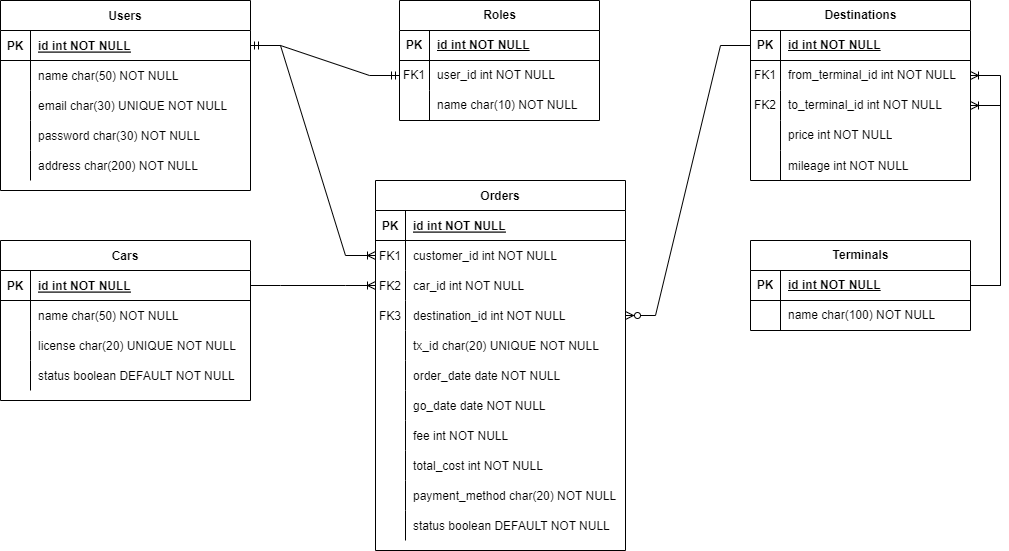
The draw.io diagram travel-api/db_travel.drawio.png in rhyman18/alkademi-tugas4, before a commit. Source tidied: cells renumbered, new cells last; positions are measured from the earlier drawing's top-left corner, leaving out a move shared by most shapes.
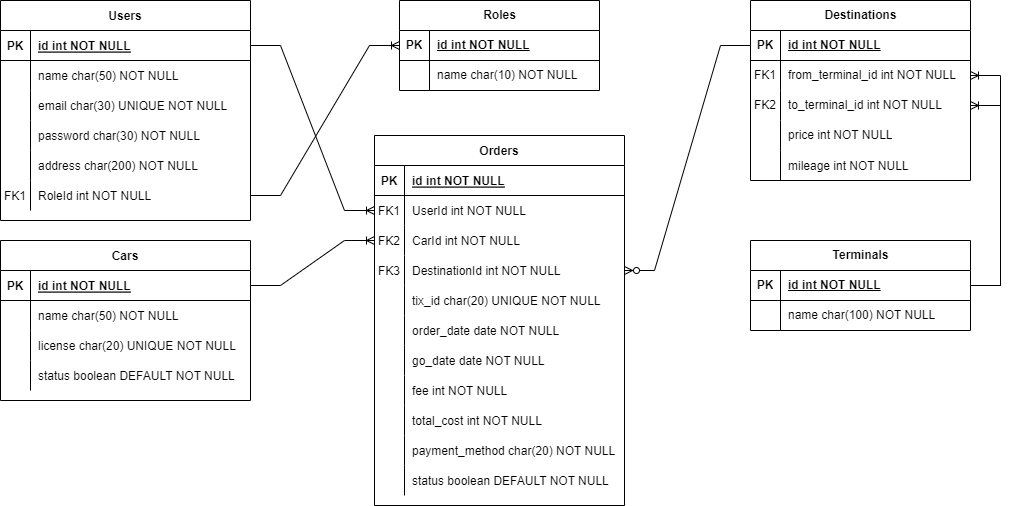
The same file after the commit.

What changed in the source:
```diff
@@ -3,7 +3,7 @@
     <mxCell id="0" />
     <mxCell id="1" parent="0" />
     <mxCell id="2" value="Orders" style="shape=table;startSize=30;rowLines=0;fontStyle=1;align=center;" parent="1" vertex="1">
-      <mxGeometry x="375" y="180" width="250" height="370" as="geometry" />
+      <mxGeometry x="374" y="135" width="250" height="370" as="geometry" />
     </mxCell>
     <mxCell id="3" style="shape=partialRectangle;fillColor=none;top=0;left=0;right=0;bottom=1;" parent="2" vertex="1">
       <mxGeometry y="30" width="250" height="30" as="geometry" />
@@ -20,7 +20,7 @@
     <mxCell id="7" value="FK1" style="shape=partialRectangle;overflow=hidden;fillColor=none;top=0;left=0;bottom=0;right=0;" parent="6" vertex="1">
       <mxGeometry width="30" height="30" as="geometry" />
     </mxCell>
-    <mxCell id="8" value="customer_id int NOT NULL" style="shape=partialRectangle;overflow=hidden;fillColor=none;top=0;left=0;bottom=0;right=0;align=left;spacingLeft=6;" parent="6" vertex="1">
+    <mxCell id="8" value="UserId int NOT NULL" style="shape=partialRectangle;overflow=hidden;fillColor=none;top=0;left=0;bottom=0;right=0;align=left;spacingLeft=6;" parent="6" vertex="1">
       <mxGeometry x="30" width="220" height="30" as="geometry" />
     </mxCell>
     <mxCell id="9" style="shape=tableRow;horizontal=0;startSize=0;swimlaneHead=0;swimlaneBody=0;fillColor=none;points=[[0,0.5],[1,0.5]];portConstraint=eastwest;top=0;left=0;right=0;bottom=0;" parent="2" vertex="1">
@@ -29,7 +29,7 @@
     <mxCell id="10" value="FK2" style="shape=partialRectangle;fillColor=none;top=0;left=0;bottom=0;right=0;overflow=hidden;" parent="9" vertex="1">
       <mxGeometry width="30" height="30" as="geometry" />
     </mxCell>
-    <mxCell id="11" value="car_id int NOT NULL" style="shape=partialRectangle;fillColor=none;top=0;left=0;bottom=0;right=0;align=left;spacingLeft=6;overflow=hidden;" parent="9" vertex="1">
+    <mxCell id="11" value="CarId int NOT NULL" style="shape=partialRectangle;fillColor=none;top=0;left=0;bottom=0;right=0;align=left;spacingLeft=6;overflow=hidden;" parent="9" vertex="1">
       <mxGeometry x="30" width="220" height="30" as="geometry" />
     </mxCell>
     <mxCell id="12" style="shape=tableRow;horizontal=0;startSize=0;swimlaneHead=0;swimlaneBody=0;fillColor=none;points=[[0,0.5],[1,0.5]];portConstraint=eastwest;top=0;left=0;right=0;bottom=0;" parent="2" vertex="1">
@@ -38,7 +38,7 @@
     <mxCell id="13" value="FK3" style="shape=partialRectangle;fillColor=none;top=0;left=0;bottom=0;right=0;overflow=hidden;" parent="12" vertex="1">
       <mxGeometry width="30" height="30" as="geometry" />
     </mxCell>
-    <mxCell id="14" value="destination_id int NOT NULL" style="shape=partialRectangle;fillColor=none;top=0;left=0;bottom=0;right=0;align=left;spacingLeft=6;overflow=hidden;" parent="12" vertex="1">
+    <mxCell id="14" value="DestinationId int NOT NULL" style="shape=partialRectangle;fillColor=none;top=0;left=0;bottom=0;right=0;align=left;spacingLeft=6;overflow=hidden;" parent="12" vertex="1">
       <mxGeometry x="30" width="220" height="30" as="geometry" />
     </mxCell>
     <mxCell id="15" style="shape=tableRow;horizontal=0;startSize=0;swimlaneHead=0;swimlaneBody=0;fillColor=none;top=0;left=0;right=0;bottom=0;" parent="2" vertex="1">
@@ -47,7 +47,7 @@
     <mxCell id="16" style="shape=partialRectangle;fillColor=none;top=0;left=0;bottom=0;right=0;overflow=hidden;" parent="15" vertex="1">
       <mxGeometry width="30" height="30" as="geometry" />
     </mxCell>
-    <mxCell id="17" value="tx_id char(20) UNIQUE NOT NULL" style="shape=partialRectangle;fillColor=none;top=0;left=0;bottom=0;right=0;align=left;spacingLeft=6;overflow=hidden;" parent="15" vertex="1">
+    <mxCell id="17" value="tix_id char(20) UNIQUE NOT NULL" style="shape=partialRectangle;fillColor=none;top=0;left=0;bottom=0;right=0;align=left;spacingLeft=6;overflow=hidden;" parent="15" vertex="1">
       <mxGeometry x="30" width="220" height="30" as="geometry" />
     </mxCell>
     <mxCell id="18" style="shape=partialRectangle;fillColor=none;top=0;left=0;right=0;bottom=0;" parent="2" vertex="1">
@@ -144,7 +144,7 @@
       <mxGeometry x="30" width="220" height="30" as="geometry" />
     </mxCell>
     <mxCell id="49" value="Users" style="shape=table;startSize=30;rowLines=0;fontStyle=1;align=center;" parent="1" vertex="1">
-      <mxGeometry width="250" height="190" as="geometry" />
+      <mxGeometry width="250" height="220" as="geometry" />
     </mxCell>
     <mxCell id="50" style="shape=partialRectangle;fillColor=none;points=[[0,0.5],[1,0.5]];portConstraint=eastwest;top=0;left=0;right=0;bottom=1;" parent="49" vertex="1">
       <mxGeometry y="30" width="250" height="30" as="geometry" />
@@ -191,6 +191,15 @@
     <mxCell id="64" value="address char(200) NOT NULL" style="shape=partialRectangle;fillColor=none;top=0;left=0;bottom=0;right=0;align=left;spacingLeft=6;overflow=hidden;" parent="62" vertex="1">
       <mxGeometry x="30" width="220" height="30" as="geometry" />
     </mxCell>
+    <mxCell id="104" style="shape=tableRow;horizontal=0;startSize=0;swimlaneHead=0;swimlaneBody=0;fillColor=none;points=[[0,0.5],[1,0.5]];portConstraint=eastwest;top=0;left=0;right=0;bottom=0;" parent="49" vertex="1">
+      <mxGeometry y="180" width="250" height="30" as="geometry" />
+    </mxCell>
+    <mxCell id="98" value="FK1" style="shape=partialRectangle;fillColor=none;top=0;left=0;bottom=0;right=0;overflow=hidden;" parent="104" vertex="1">
+      <mxGeometry width="30" height="30" as="geometry" />
+    </mxCell>
+    <mxCell id="105" value="RoleId int NOT NULL" style="shape=partialRectangle;fillColor=none;top=0;left=0;bottom=0;right=0;align=left;spacingLeft=6;overflow=hidden;" parent="104" vertex="1">
+      <mxGeometry x="30" width="220" height="30" as="geometry" />
+    </mxCell>
     <mxCell id="65" style="edgeStyle=entityRelationEdgeStyle;fontSize=12;html=1;endArrow=ERoneToMany;rounded=0;" parent="1" edge="1" source="50" target="6">
       <mxGeometry relative="1" as="geometry" />
     </mxCell>
@@ -276,7 +285,7 @@
       <mxGeometry relative="1" as="geometry" />
     </mxCell>
     <mxCell id="93" value="Roles" style="shape=table;startSize=30;rowLines=0;fontStyle=1;align=center;html=1;" parent="1" vertex="1">
-      <mxGeometry x="399" width="200" height="120" as="geometry" />
+      <mxGeometry x="399" width="200" height="90" as="geometry" />
     </mxCell>
     <mxCell id="94" style="shape=tableRow;horizontal=0;startSize=0;swimlaneHead=0;swimlaneBody=0;fillColor=none;points=[[0,0.5],[1,0.5]];portConstraint=eastwest;top=0;left=0;right=0;bottom=1;" parent="93" vertex="1">
       <mxGeometry y="30" width="200" height="30" as="geometry" />
@@ -287,17 +296,8 @@
     <mxCell id="96" value="id int NOT NULL" style="shape=partialRectangle;fillColor=none;top=0;left=0;bottom=0;right=0;align=left;spacingLeft=6;fontStyle=5;overflow=hidden;whiteSpace=wrap;html=1;" parent="94" vertex="1">
       <mxGeometry x="30" width="170" height="30" as="geometry" />
     </mxCell>
-    <mxCell id="97" style="shape=tableRow;horizontal=0;startSize=0;swimlaneHead=0;swimlaneBody=0;fillColor=none;points=[[0,0.5],[1,0.5]];portConstraint=eastwest;top=0;left=0;right=0;bottom=0;" parent="93" vertex="1">
-      <mxGeometry y="60" width="200" height="30" as="geometry" />
-    </mxCell>
-    <mxCell id="98" value="FK1" style="shape=partialRectangle;fillColor=none;top=0;left=0;bottom=0;right=0;overflow=hidden;whiteSpace=wrap;html=1;" parent="97" vertex="1">
-      <mxGeometry width="30" height="30" as="geometry" />
-    </mxCell>
-    <mxCell id="99" value="user_id int NOT NULL" style="shape=partialRectangle;fillColor=none;top=0;left=0;bottom=0;right=0;align=left;spacingLeft=6;overflow=hidden;whiteSpace=wrap;html=1;" parent="97" vertex="1">
-      <mxGeometry x="30" width="170" height="30" as="geometry" />
-    </mxCell>
     <mxCell id="100" style="shape=tableRow;horizontal=0;startSize=0;swimlaneHead=0;swimlaneBody=0;fillColor=none;top=0;left=0;right=0;bottom=0;" parent="93" vertex="1">
-      <mxGeometry y="90" width="200" height="30" as="geometry" />
+      <mxGeometry y="60" width="200" height="30" as="geometry" />
     </mxCell>
     <mxCell id="101" style="shape=partialRectangle;fillColor=none;top=0;left=0;bottom=0;right=0;overflow=hidden;whiteSpace=wrap;html=1;" parent="100" vertex="1">
       <mxGeometry width="30" height="30" as="geometry" />
@@ -305,8 +305,8 @@
     <mxCell id="102" value="name char(10) NOT NULL" style="shape=partialRectangle;fillColor=none;top=0;left=0;bottom=0;right=0;align=left;spacingLeft=6;overflow=hidden;whiteSpace=wrap;html=1;" parent="100" vertex="1">
       <mxGeometry x="30" width="170" height="30" as="geometry" />
     </mxCell>
-    <mxCell id="103" style="edgeStyle=entityRelationEdgeStyle;fontSize=12;html=1;endArrow=ERmandOne;startArrow=ERmandOne;rounded=0;" parent="1" edge="1" source="50" target="97">
-      <mxGeometry relative="1" as="geometry" />
-    </mxCell>
+    <mxCell id="106" style="edgeStyle=entityRelationEdgeStyle;fontSize=12;html=1;endArrow=ERoneToMany;rounded=0;" parent="1" edge="1" source="104" target="94">
+      <mxGeometry relative="1" as="geometry" />
+    </mxCell>
   </root>
 </mxGraphModel>
```
